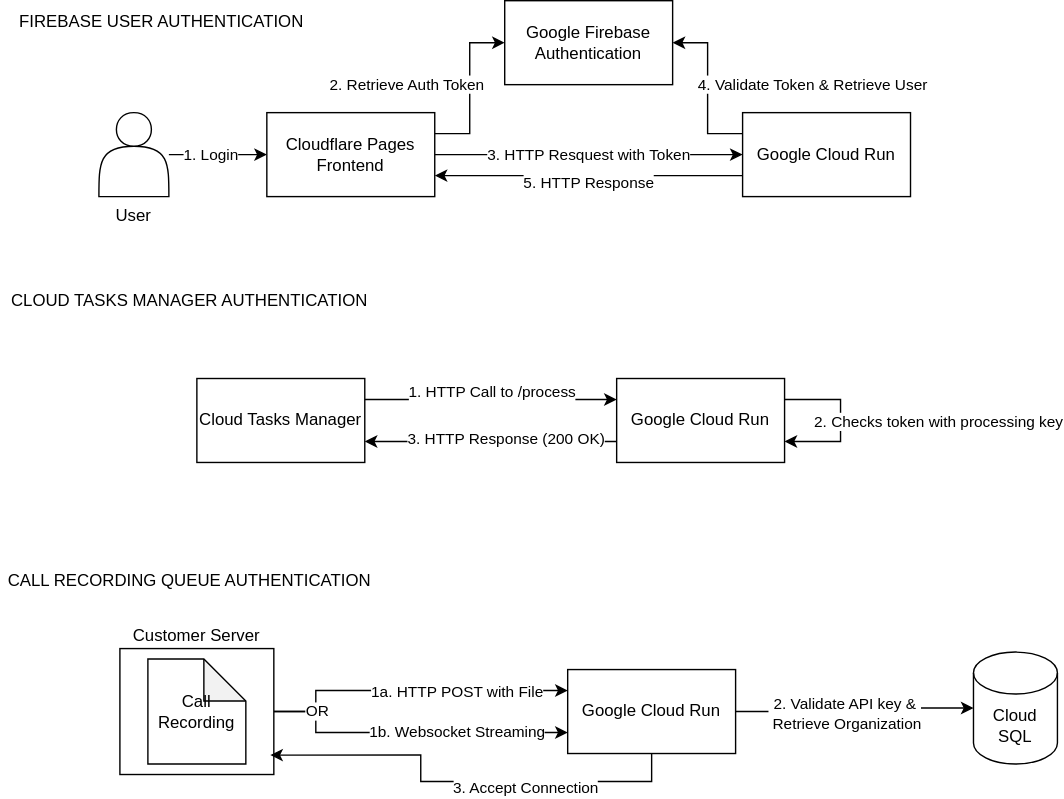
Earlier version of the draw.io export docs/images/Authentication.drawio.svg (TellMeCH/tellme-app). Source tidied: cells renumbered, new cells last; positions are measured from the earlier drawing's top-left corner, leaving out a move shared by most shapes. Its diagram source:
```xml
<mxGraphModel>
  <root>
    <mxCell id="0" />
    <mxCell id="1" parent="0" />
    <mxCell id="2" style="edgeStyle=orthogonalEdgeStyle;rounded=0;jettySize=auto;html=1;" parent="1" edge="1" source="4" target="9">
      <mxGeometry relative="1" as="geometry" />
    </mxCell>
    <mxCell id="3" value="1. Login" style="edgeLabel;html=1;align=center;verticalAlign=middle;" parent="2" vertex="1">
      <mxGeometry x="0.17" y="-1" relative="1" as="geometry">
        <mxPoint x="-11" y="-1" as="offset" />
      </mxGeometry>
    </mxCell>
    <mxCell id="4" value="User" style="shape=actor;whiteSpace=wrap;html=1;labelPosition=center;verticalLabelPosition=bottom;align=center;verticalAlign=top;" parent="1" vertex="1">
      <mxGeometry x="70" y="80" width="50" height="60" as="geometry" />
    </mxCell>
    <mxCell id="5" style="edgeStyle=orthogonalEdgeStyle;rounded=0;jettySize=auto;html=1;exitX=1;exitY=0.25;exitDx=0;exitDy=0;entryX=0;entryY=0.5;entryDx=0;entryDy=0;" parent="1" edge="1" source="9" target="10">
      <mxGeometry relative="1" as="geometry" />
    </mxCell>
    <mxCell id="6" value="2. Retrieve Auth Token" style="edgeLabel;html=1;align=center;verticalAlign=middle;" parent="5" vertex="1">
      <mxGeometry x="0.25" y="3" relative="1" as="geometry">
        <mxPoint x="-42" y="11" as="offset" />
      </mxGeometry>
    </mxCell>
    <mxCell id="7" style="edgeStyle=orthogonalEdgeStyle;rounded=0;jettySize=auto;html=1;exitX=1;exitY=0.5;exitDx=0;exitDy=0;entryX=0;entryY=0.5;entryDx=0;entryDy=0;" parent="1" edge="1" source="9" target="15">
      <mxGeometry relative="1" as="geometry" />
    </mxCell>
    <mxCell id="8" value="3. HTTP Resquest with Token" style="edgeLabel;html=1;align=center;verticalAlign=middle;" parent="7" vertex="1">
      <mxGeometry x="-0.03" y="-3" relative="1" as="geometry">
        <mxPoint x="3" y="-3" as="offset" />
      </mxGeometry>
    </mxCell>
    <mxCell id="9" value="Cloudflare Pages Frontend" style="rounded=0;whiteSpace=wrap;html=1;" parent="1" vertex="1">
      <mxGeometry x="190" y="80" width="120" height="60" as="geometry" />
    </mxCell>
    <mxCell id="10" value="Google Firebase Authentication" style="rounded=0;whiteSpace=wrap;html=1;" parent="1" vertex="1">
      <mxGeometry x="360" width="120" height="60" as="geometry" />
    </mxCell>
    <mxCell id="11" style="edgeStyle=orthogonalEdgeStyle;rounded=0;jettySize=auto;html=1;exitX=0;exitY=0.25;exitDx=0;exitDy=0;entryX=1;entryY=0.5;entryDx=0;entryDy=0;" parent="1" edge="1" source="15" target="10">
      <mxGeometry relative="1" as="geometry" />
    </mxCell>
    <mxCell id="12" value="4. Validate Token &amp;amp; Retrieve User" style="edgeLabel;html=1;align=center;verticalAlign=middle;" parent="11" vertex="1">
      <mxGeometry x="0.1" y="2" relative="1" as="geometry">
        <mxPoint x="77" y="3" as="offset" />
      </mxGeometry>
    </mxCell>
    <mxCell id="13" style="edgeStyle=orthogonalEdgeStyle;rounded=0;jettySize=auto;html=1;exitX=0;exitY=0.75;exitDx=0;exitDy=0;entryX=1;entryY=0.75;entryDx=0;entryDy=0;" parent="1" edge="1" source="15" target="9">
      <mxGeometry relative="1" as="geometry" />
    </mxCell>
    <mxCell id="14" value="5. HTTP Response" style="edgeLabel;html=1;align=center;verticalAlign=middle;" parent="13" vertex="1">
      <mxGeometry x="-0.1" y="-2" relative="1" as="geometry">
        <mxPoint x="-11" y="7" as="offset" />
      </mxGeometry>
    </mxCell>
    <mxCell id="15" value="Google Cloud Run" style="rounded=0;whiteSpace=wrap;html=1;" parent="1" vertex="1">
      <mxGeometry x="530" y="80" width="120" height="60" as="geometry" />
    </mxCell>
    <mxCell id="16" value="FIREBASE USER AUTHENTICATION" style="text;html=1;align=center;verticalAlign=middle;whiteSpace=wrap;rounded=0;" parent="1" vertex="1">
      <mxGeometry width="230" height="30" as="geometry" />
    </mxCell>
    <mxCell id="17" style="edgeStyle=orthogonalEdgeStyle;rounded=0;jettySize=auto;html=1;exitX=1;exitY=0.25;exitDx=0;exitDy=0;entryX=0;entryY=0.25;entryDx=0;entryDy=0;" parent="1" edge="1" source="19" target="22">
      <mxGeometry relative="1" as="geometry" />
    </mxCell>
    <mxCell id="18" value="1. HTTP Call to /process" style="edgeLabel;html=1;align=center;verticalAlign=middle;" parent="17" vertex="1">
      <mxGeometry x="0.26" y="-2" relative="1" as="geometry">
        <mxPoint x="-24" y="-7" as="offset" />
      </mxGeometry>
    </mxCell>
    <mxCell id="19" value="Cloud Tasks Manager" style="rounded=0;whiteSpace=wrap;html=1;" parent="1" vertex="1">
      <mxGeometry x="140" y="270" width="120" height="60" as="geometry" />
    </mxCell>
    <mxCell id="20" style="edgeStyle=orthogonalEdgeStyle;rounded=0;jettySize=auto;html=1;exitX=0;exitY=0.75;exitDx=0;exitDy=0;entryX=1;entryY=0.75;entryDx=0;entryDy=0;" parent="1" edge="1" source="22" target="19">
      <mxGeometry relative="1" as="geometry" />
    </mxCell>
    <mxCell id="21" value="3. HTTP Response (200 OK)" style="edgeLabel;html=1;align=center;verticalAlign=middle;" parent="20" vertex="1">
      <mxGeometry x="-0.25" y="-2" relative="1" as="geometry">
        <mxPoint x="-12" as="offset" />
      </mxGeometry>
    </mxCell>
    <mxCell id="22" value="Google Cloud Run" style="rounded=0;whiteSpace=wrap;html=1;" parent="1" vertex="1">
      <mxGeometry x="440" y="270" width="120" height="60" as="geometry" />
    </mxCell>
    <mxCell id="23" style="edgeStyle=orthogonalEdgeStyle;rounded=0;orthogonalLoop=1;jettySize=auto;html=1;exitX=1;exitY=0.25;exitDx=0;exitDy=0;entryX=1;entryY=0.75;entryDx=0;entryDy=0;" parent="1" edge="1" source="22" target="22">
      <mxGeometry relative="1" as="geometry">
        <Array as="points">
          <mxPoint x="600" y="285" />
          <mxPoint x="600" y="315" />
        </Array>
      </mxGeometry>
    </mxCell>
    <mxCell id="24" value="2. Checks token with processing key" style="edgeLabel;html=1;align=center;verticalAlign=middle;" parent="23" vertex="1">
      <mxGeometry x="-0.01" y="1" relative="1" as="geometry">
        <mxPoint x="69" y="1" as="offset" />
      </mxGeometry>
    </mxCell>
    <mxCell id="25" value="CLOUD TASKS MANAGER AUTHENTICATION" style="text;html=1;align=center;verticalAlign=middle;whiteSpace=wrap;rounded=0;" parent="1" vertex="1">
      <mxGeometry y="200" width="270" height="30" as="geometry" />
    </mxCell>
    <mxCell id="26" value="CALL RECORDING QUEUE AUTHENTICATION" style="text;html=1;align=center;verticalAlign=middle;whiteSpace=wrap;rounded=0;" parent="1" vertex="1">
      <mxGeometry y="400" width="270" height="30" as="geometry" />
    </mxCell>
    <mxCell id="27" style="edgeStyle=orthogonalEdgeStyle;rounded=0;jettySize=auto;html=1;exitX=1;exitY=0.5;exitDx=0;exitDy=0;entryX=0;entryY=0.25;entryDx=0;entryDy=0;" parent="1" edge="1" source="32" target="34">
      <mxGeometry relative="1" as="geometry">
        <Array as="points">
          <mxPoint x="225" y="508" />
          <mxPoint x="225" y="493" />
        </Array>
      </mxGeometry>
    </mxCell>
    <mxCell id="28" value="1a. HTTP POST with File" style="edgeLabel;html=1;align=center;verticalAlign=middle;" parent="27" vertex="1">
      <mxGeometry x="0.24" y="-1" relative="1" as="geometry">
        <mxPoint x="6" as="offset" />
      </mxGeometry>
    </mxCell>
    <mxCell id="29" style="edgeStyle=orthogonalEdgeStyle;rounded=0;jettySize=auto;html=1;exitX=1;exitY=0.5;exitDx=0;exitDy=0;entryX=0;entryY=0.75;entryDx=0;entryDy=0;" parent="1" edge="1" source="32" target="34">
      <mxGeometry relative="1" as="geometry">
        <Array as="points">
          <mxPoint x="225" y="508" />
          <mxPoint x="225" y="523" />
        </Array>
      </mxGeometry>
    </mxCell>
    <mxCell id="30" value="1b. Websocket Streaming" style="edgeLabel;html=1;align=center;verticalAlign=middle;" parent="29" vertex="1">
      <mxGeometry x="-0.08" y="3" relative="1" as="geometry">
        <mxPoint x="42" y="3" as="offset" />
      </mxGeometry>
    </mxCell>
    <mxCell id="31" value="OR" style="edgeLabel;html=1;align=center;verticalAlign=middle;" parent="29" vertex="1">
      <mxGeometry x="-0.84" relative="1" as="geometry">
        <mxPoint x="12" as="offset" />
      </mxGeometry>
    </mxCell>
    <mxCell id="32" value="Customer Server" style="rounded=0;whiteSpace=wrap;html=1;labelPosition=center;verticalLabelPosition=top;align=center;verticalAlign=bottom;" parent="1" vertex="1">
      <mxGeometry x="85" y="463" width="110" height="90" as="geometry" />
    </mxCell>
    <mxCell id="33" value="Call Recording" style="shape=note;whiteSpace=wrap;html=1;backgroundOutline=1;darkOpacity=0.05;" parent="1" vertex="1">
      <mxGeometry x="105" y="470.5" width="70" height="75" as="geometry" />
    </mxCell>
    <mxCell id="34" value="Google Cloud Run" style="rounded=0;whiteSpace=wrap;html=1;" parent="1" vertex="1">
      <mxGeometry x="405" y="478" width="120" height="60" as="geometry" />
    </mxCell>
    <mxCell id="35" value="Cloud SQL" style="shape=cylinder3;whiteSpace=wrap;html=1;boundedLbl=1;backgroundOutline=1;size=15;" parent="1" vertex="1">
      <mxGeometry x="695" y="465.5" width="60" height="80" as="geometry" />
    </mxCell>
    <mxCell id="36" style="edgeStyle=orthogonalEdgeStyle;rounded=0;jettySize=auto;html=1;exitX=1;exitY=0.5;exitDx=0;exitDy=0;entryX=0;entryY=0.5;entryDx=0;entryDy=0;entryPerimeter=0;" parent="1" edge="1" source="34" target="35">
      <mxGeometry relative="1" as="geometry" />
    </mxCell>
    <mxCell id="37" value="2. Validate API key &amp;amp;&lt;div&gt;&amp;nbsp;Retrieve Organization&lt;/div&gt;" style="edgeLabel;html=1;align=center;verticalAlign=middle;" parent="36" vertex="1">
      <mxGeometry x="-0.1" y="-2" relative="1" as="geometry" />
    </mxCell>
    <mxCell id="38" style="edgeStyle=orthogonalEdgeStyle;rounded=0;jettySize=auto;html=1;exitX=0.5;exitY=1;exitDx=0;exitDy=0;entryX=0.977;entryY=0.846;entryDx=0;entryDy=0;entryPerimeter=0;" parent="1" edge="1" source="34" target="32">
      <mxGeometry relative="1" as="geometry" />
    </mxCell>
    <mxCell id="39" value="3. Accept Connection" style="edgeLabel;html=1;align=center;verticalAlign=middle;" parent="38" vertex="1">
      <mxGeometry x="-0.11" relative="1" as="geometry">
        <mxPoint x="29" y="5" as="offset" />
      </mxGeometry>
    </mxCell>
  </root>
</mxGraphModel>
```
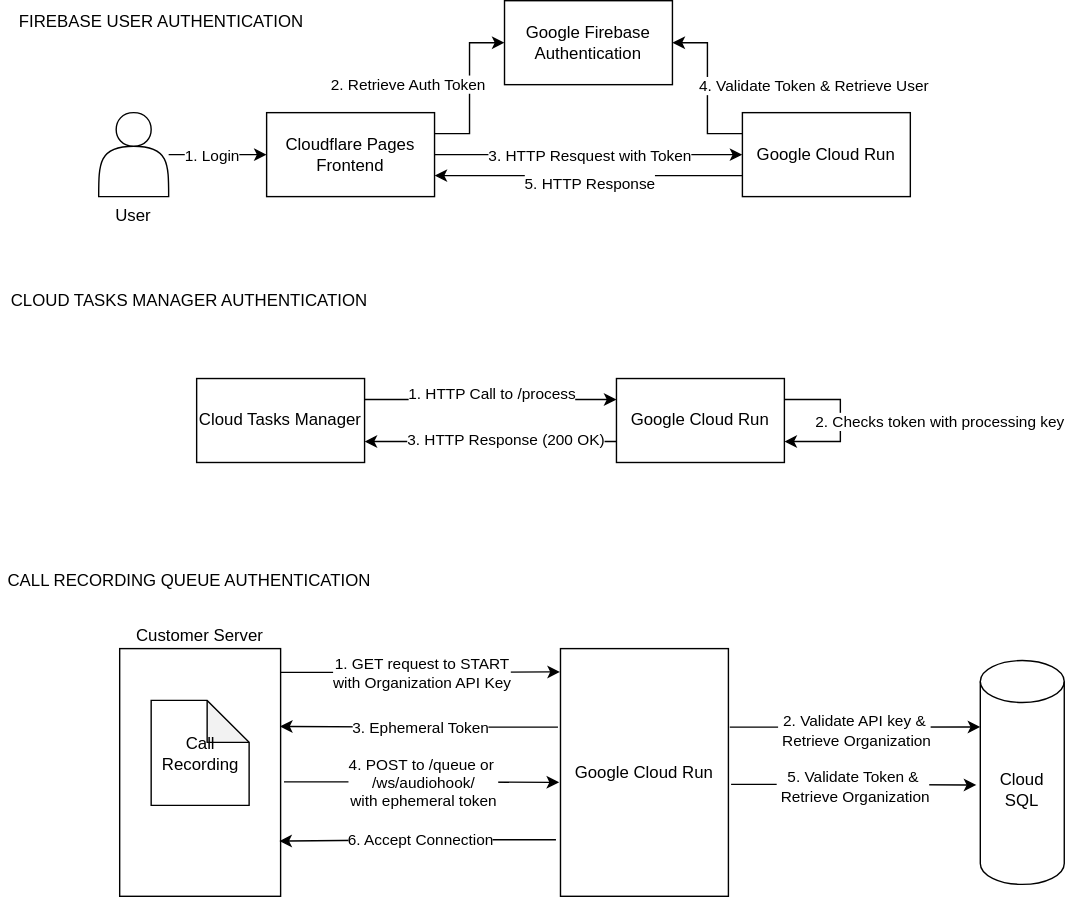
The same diagram one commit later.

Change to the diagram source:
```diff
@@ -98,62 +98,67 @@
     <mxCell id="26" value="CALL RECORDING QUEUE AUTHENTICATION" style="text;html=1;align=center;verticalAlign=middle;whiteSpace=wrap;rounded=0;" parent="1" vertex="1">
       <mxGeometry y="400" width="270" height="30" as="geometry" />
     </mxCell>
-    <mxCell id="27" style="edgeStyle=orthogonalEdgeStyle;rounded=0;jettySize=auto;html=1;exitX=1;exitY=0.5;exitDx=0;exitDy=0;entryX=0;entryY=0.25;entryDx=0;entryDy=0;" parent="1" edge="1" source="32" target="34">
-      <mxGeometry relative="1" as="geometry">
-        <Array as="points">
-          <mxPoint x="225" y="508" />
-          <mxPoint x="225" y="493" />
-        </Array>
-      </mxGeometry>
-    </mxCell>
-    <mxCell id="28" value="1a. HTTP POST with File" style="edgeLabel;html=1;align=center;verticalAlign=middle;" parent="27" vertex="1">
-      <mxGeometry x="0.24" y="-1" relative="1" as="geometry">
-        <mxPoint x="6" as="offset" />
-      </mxGeometry>
-    </mxCell>
-    <mxCell id="29" style="edgeStyle=orthogonalEdgeStyle;rounded=0;jettySize=auto;html=1;exitX=1;exitY=0.5;exitDx=0;exitDy=0;entryX=0;entryY=0.75;entryDx=0;entryDy=0;" parent="1" edge="1" source="32" target="34">
-      <mxGeometry relative="1" as="geometry">
-        <Array as="points">
-          <mxPoint x="225" y="508" />
-          <mxPoint x="225" y="523" />
-        </Array>
-      </mxGeometry>
-    </mxCell>
-    <mxCell id="30" value="1b. Websocket Streaming" style="edgeLabel;html=1;align=center;verticalAlign=middle;" parent="29" vertex="1">
-      <mxGeometry x="-0.08" y="3" relative="1" as="geometry">
-        <mxPoint x="42" y="3" as="offset" />
-      </mxGeometry>
-    </mxCell>
-    <mxCell id="31" value="OR" style="edgeLabel;html=1;align=center;verticalAlign=middle;" parent="29" vertex="1">
-      <mxGeometry x="-0.84" relative="1" as="geometry">
-        <mxPoint x="12" as="offset" />
-      </mxGeometry>
-    </mxCell>
+    <mxCell id="40" style="edgeStyle=orthogonalEdgeStyle;rounded=0;jettySize=auto;html=1;entryX=-0.008;entryY=0.54;entryDx=0;entryDy=0;entryPerimeter=0;exitX=1.021;exitY=0.538;exitDx=0;exitDy=0;exitPerimeter=0;" parent="1" edge="1" source="32" target="34">
+      <mxGeometry relative="1" as="geometry" />
+    </mxCell>
+    <mxCell id="41" value="4. POST to /queue or&amp;nbsp;&lt;div&gt;/ws/audiohook/ &lt;br&gt;with ephemeral token&lt;/div&gt;" style="edgeLabel;html=1;align=center;verticalAlign=middle;" parent="40" vertex="1">
+      <mxGeometry x="-0.18" relative="1" as="geometry">
+        <mxPoint x="18" as="offset" />
+      </mxGeometry>
+    </mxCell>
     <mxCell id="32" value="Customer Server" style="rounded=0;whiteSpace=wrap;html=1;labelPosition=center;verticalLabelPosition=top;align=center;verticalAlign=bottom;" parent="1" vertex="1">
-      <mxGeometry x="85" y="463" width="110" height="90" as="geometry" />
+      <mxGeometry x="85" y="463" width="115" height="177" as="geometry" />
     </mxCell>
     <mxCell id="33" value="Call Recording" style="shape=note;whiteSpace=wrap;html=1;backgroundOutline=1;darkOpacity=0.05;" parent="1" vertex="1">
-      <mxGeometry x="105" y="470.5" width="70" height="75" as="geometry" />
+      <mxGeometry x="107.5" y="500" width="70" height="75" as="geometry" />
     </mxCell>
+    <mxCell id="42" style="edgeStyle=orthogonalEdgeStyle;rounded=0;jettySize=auto;html=1;entryX=0.996;entryY=0.314;entryDx=0;entryDy=0;exitX=-0.015;exitY=0.317;exitDx=0;exitDy=0;exitPerimeter=0;entryPerimeter=0;" parent="1" edge="1" source="34" target="32">
+      <mxGeometry relative="1" as="geometry" />
+    </mxCell>
+    <mxCell id="43" value="3. Ephemeral Token" style="edgeLabel;html=1;align=center;verticalAlign=middle;" parent="42" vertex="1">
+      <mxGeometry x="0.32" y="-3" relative="1" as="geometry">
+        <mxPoint x="33" y="4" as="offset" />
+      </mxGeometry>
+    </mxCell>
     <mxCell id="34" value="Google Cloud Run" style="rounded=0;whiteSpace=wrap;html=1;" parent="1" vertex="1">
-      <mxGeometry x="405" y="478" width="120" height="60" as="geometry" />
+      <mxGeometry x="400" y="463" width="120" height="177" as="geometry" />
     </mxCell>
     <mxCell id="35" value="Cloud SQL" style="shape=cylinder3;whiteSpace=wrap;html=1;boundedLbl=1;backgroundOutline=1;size=15;" parent="1" vertex="1">
-      <mxGeometry x="695" y="465.5" width="60" height="80" as="geometry" />
+      <mxGeometry x="700" y="471.5" width="60" height="160" as="geometry" />
     </mxCell>
-    <mxCell id="36" style="edgeStyle=orthogonalEdgeStyle;rounded=0;jettySize=auto;html=1;exitX=1;exitY=0.5;exitDx=0;exitDy=0;entryX=0;entryY=0.5;entryDx=0;entryDy=0;entryPerimeter=0;" parent="1" edge="1" source="34" target="35">
+    <mxCell id="36" style="edgeStyle=orthogonalEdgeStyle;rounded=0;jettySize=auto;html=1;exitX=1.008;exitY=0.317;exitDx=0;exitDy=0;entryX=0;entryY=0;entryDx=0;entryDy=47.5;entryPerimeter=0;exitPerimeter=0;" parent="1" edge="1" source="34" target="35">
       <mxGeometry relative="1" as="geometry" />
     </mxCell>
     <mxCell id="37" value="2. Validate API key &amp;amp;&lt;div&gt;&amp;nbsp;Retrieve Organization&lt;/div&gt;" style="edgeLabel;html=1;align=center;verticalAlign=middle;" parent="36" vertex="1">
-      <mxGeometry x="-0.1" y="-2" relative="1" as="geometry" />
+      <mxGeometry x="-0.1" y="-2" relative="1" as="geometry">
+        <mxPoint x="8" as="offset" />
+      </mxGeometry>
     </mxCell>
-    <mxCell id="38" style="edgeStyle=orthogonalEdgeStyle;rounded=0;jettySize=auto;html=1;exitX=0.5;exitY=1;exitDx=0;exitDy=0;entryX=0.977;entryY=0.846;entryDx=0;entryDy=0;entryPerimeter=0;" parent="1" edge="1" source="34" target="32">
+    <mxCell id="38" style="edgeStyle=orthogonalEdgeStyle;rounded=0;jettySize=auto;html=1;exitX=-0.027;exitY=0.772;exitDx=0;exitDy=0;entryX=0.992;entryY=0.777;entryDx=0;entryDy=0;entryPerimeter=0;exitPerimeter=0;" parent="1" edge="1" source="34" target="32">
       <mxGeometry relative="1" as="geometry" />
     </mxCell>
-    <mxCell id="39" value="3. Accept Connection" style="edgeLabel;html=1;align=center;verticalAlign=middle;" parent="38" vertex="1">
+    <mxCell id="39" value="6. Accept Connection" style="edgeLabel;html=1;align=center;verticalAlign=middle;" parent="38" vertex="1">
       <mxGeometry x="-0.11" relative="1" as="geometry">
-        <mxPoint x="29" y="5" as="offset" />
+        <mxPoint x="-8" as="offset" />
       </mxGeometry>
     </mxCell>
+    <mxCell id="44" style="edgeStyle=orthogonalEdgeStyle;rounded=0;jettySize=auto;html=1;entryX=-0.003;entryY=0.094;entryDx=0;entryDy=0;entryPerimeter=0;" parent="1" edge="1" target="34">
+      <mxGeometry relative="1" as="geometry">
+        <mxPoint x="200" y="480" as="sourcePoint" />
+      </mxGeometry>
+    </mxCell>
+    <mxCell id="45" value="1. GET request to START&lt;br&gt;with Organization API Key" style="edgeLabel;html=1;align=center;verticalAlign=middle;" parent="44" vertex="1">
+      <mxGeometry x="-0.42" relative="1" as="geometry">
+        <mxPoint x="42" as="offset" />
+      </mxGeometry>
+    </mxCell>
+    <mxCell id="46" style="edgeStyle=orthogonalEdgeStyle;rounded=0;jettySize=auto;html=1;exitX=1.016;exitY=0.548;exitDx=0;exitDy=0;entryX=-0.047;entryY=0.556;entryDx=0;entryDy=0;entryPerimeter=0;exitPerimeter=0;" parent="1" edge="1" source="34" target="35">
+      <mxGeometry relative="1" as="geometry" />
+    </mxCell>
+    <mxCell id="47" value="5. Validate Token &amp;amp;&lt;div&gt;&amp;nbsp;Retrieve Organization&lt;/div&gt;" style="edgeLabel;html=1;align=center;verticalAlign=middle;" parent="46" vertex="1">
+      <mxGeometry x="-0.1" y="-2" relative="1" as="geometry">
+        <mxPoint x="8" as="offset" />
+      </mxGeometry>
+    </mxCell>
   </root>
 </mxGraphModel>
```
